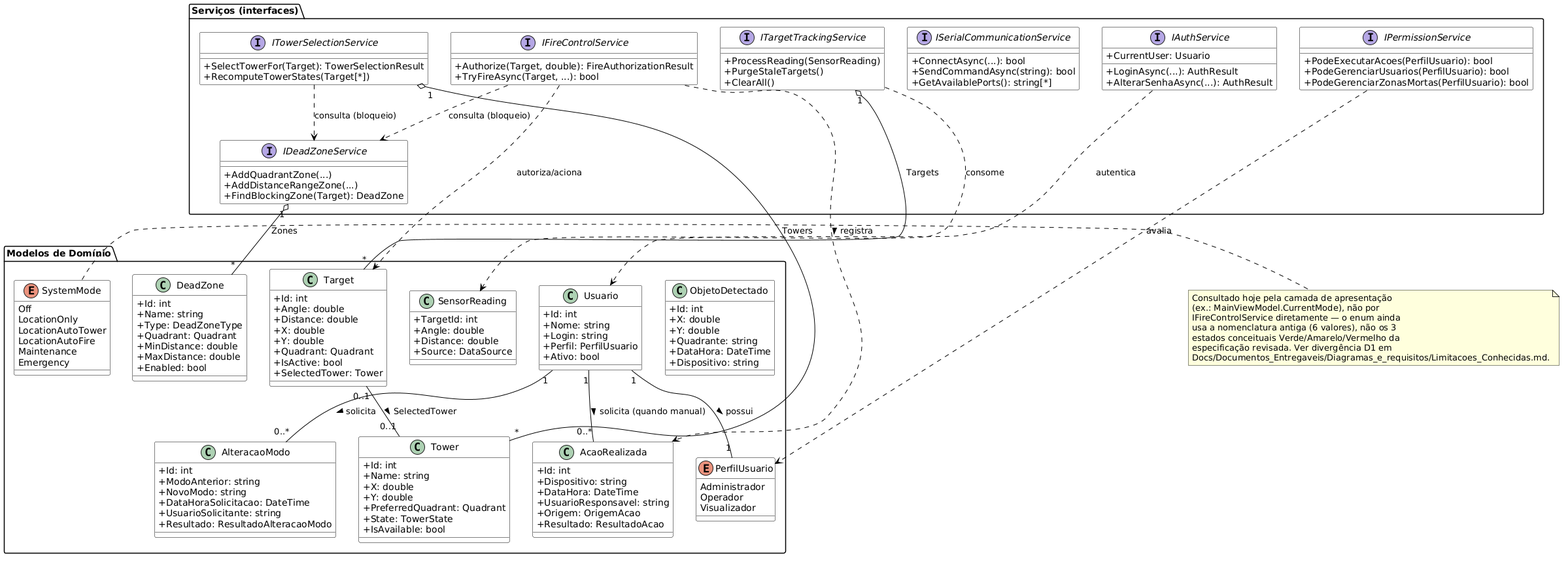
Earlier version of the PlantUML export Docs/Documentos_Entregaveis/Diagrama_de_Classes/Diagrama_de_Classes.png (Matheus-Emanoel-Souza/Sistema_Rastreamento_Alvos_Arduino).
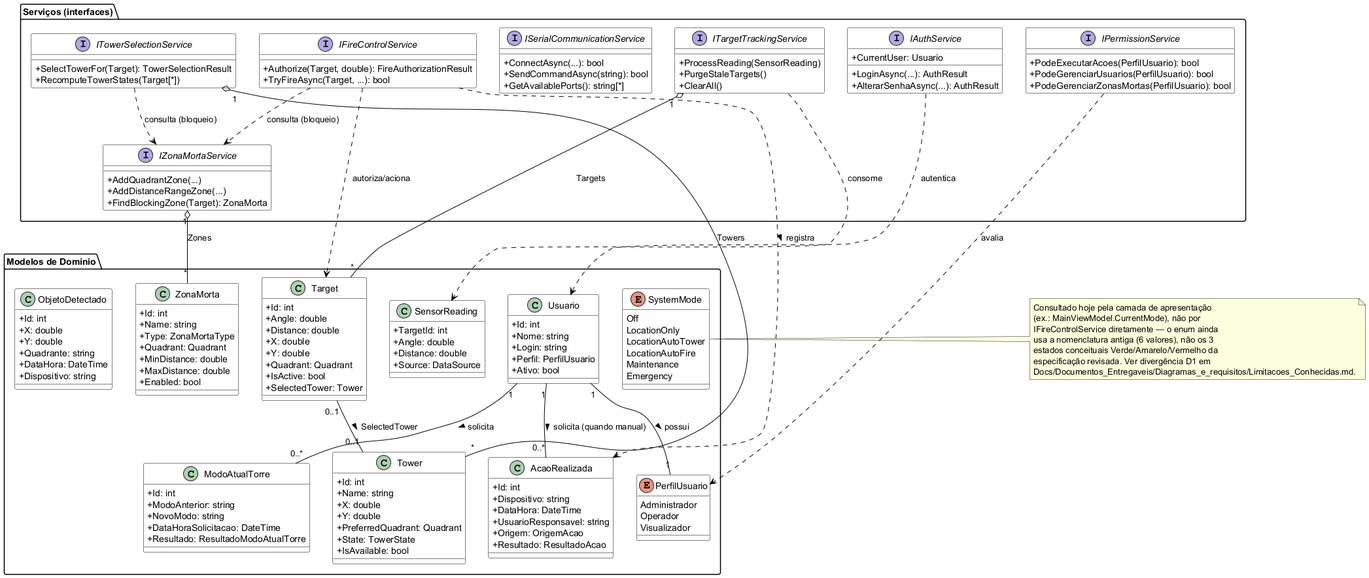
The same file after the commit.

Diff of the diagram source:
```diff
@@ -1,4 +1,5 @@
-@startuml
+@startuml Classes_RadarTorres
+
 
 skinparam shadowing false
 skinparam classAttributeIconSize 0
@@ -53,10 +54,10 @@
     +IsAvailable: bool
   }
 
-  class DeadZone {
+  class ZonaMorta {
     +Id: int
     +Name: string
-    +Type: DeadZoneType
+    +Type: ZonaMortaType
     +Quadrant: Quadrant
     +MinDistance: double
     +MaxDistance: double
@@ -89,13 +90,12 @@
     +Resultado: ResultadoAcao
   }
 
-  class AlteracaoModo {
+  class ModoAtualTorre {
     +Id: int
     +ModoAnterior: string
     +NovoModo: string
     +DataHoraSolicitacao: DateTime
-    +UsuarioSolicitante: string
-    +Resultado: ResultadoAlteracaoModo
+    +Resultado: ResultadoModoAtualTorre
   }
 }
 
@@ -117,10 +117,10 @@
     +TryFireAsync(Target, ...): bool
   }
 
-  interface IDeadZoneService {
+  interface IZonaMortaService {
     +AddQuadrantZone(...)
     +AddDistanceRangeZone(...)
-    +FindBlockingZone(Target): DeadZone
+    +FindBlockingZone(Target): ZonaMorta
   }
 
   interface ISerialCommunicationService {
@@ -145,15 +145,15 @@
 Target "0..1" -- "0..1" Tower : SelectedTower >
 Usuario "1" -- "1" PerfilUsuario : possui >
 Usuario "1" -- "0..*" AcaoRealizada : solicita (quando manual) >
-Usuario "1" -- "0..*" AlteracaoModo : solicita >
+Usuario "1" -- "0..*" ModoAtualTorre : solicita >
 
 ITargetTrackingService "1" o-- "*" Target : Targets
 ITowerSelectionService "1" o-- "*" Tower : Towers
-IDeadZoneService "1" o-- "*" DeadZone : Zones
+IZonaMortaService "1" o-- "*" ZonaMorta : Zones
 
 ITargetTrackingService ..> SensorReading : consome
-ITowerSelectionService ..> IDeadZoneService : consulta (bloqueio)
-IFireControlService ..> IDeadZoneService : consulta (bloqueio)
+ITowerSelectionService ..> IZonaMortaService : consulta (bloqueio)
+IFireControlService ..> IZonaMortaService : consulta (bloqueio)
 IFireControlService ..> Target : autoriza/aciona
 IFireControlService ..> AcaoRealizada : registra >
 IAuthService ..> Usuario : autentica
@@ -168,4 +168,5 @@
   especificação revisada. Ver divergência D1 em
   Docs/Documentos_Entregaveis/Diagramas_e_requisitos/Limitacoes_Conhecidas.md.
 end note
+
 @enduml
```
